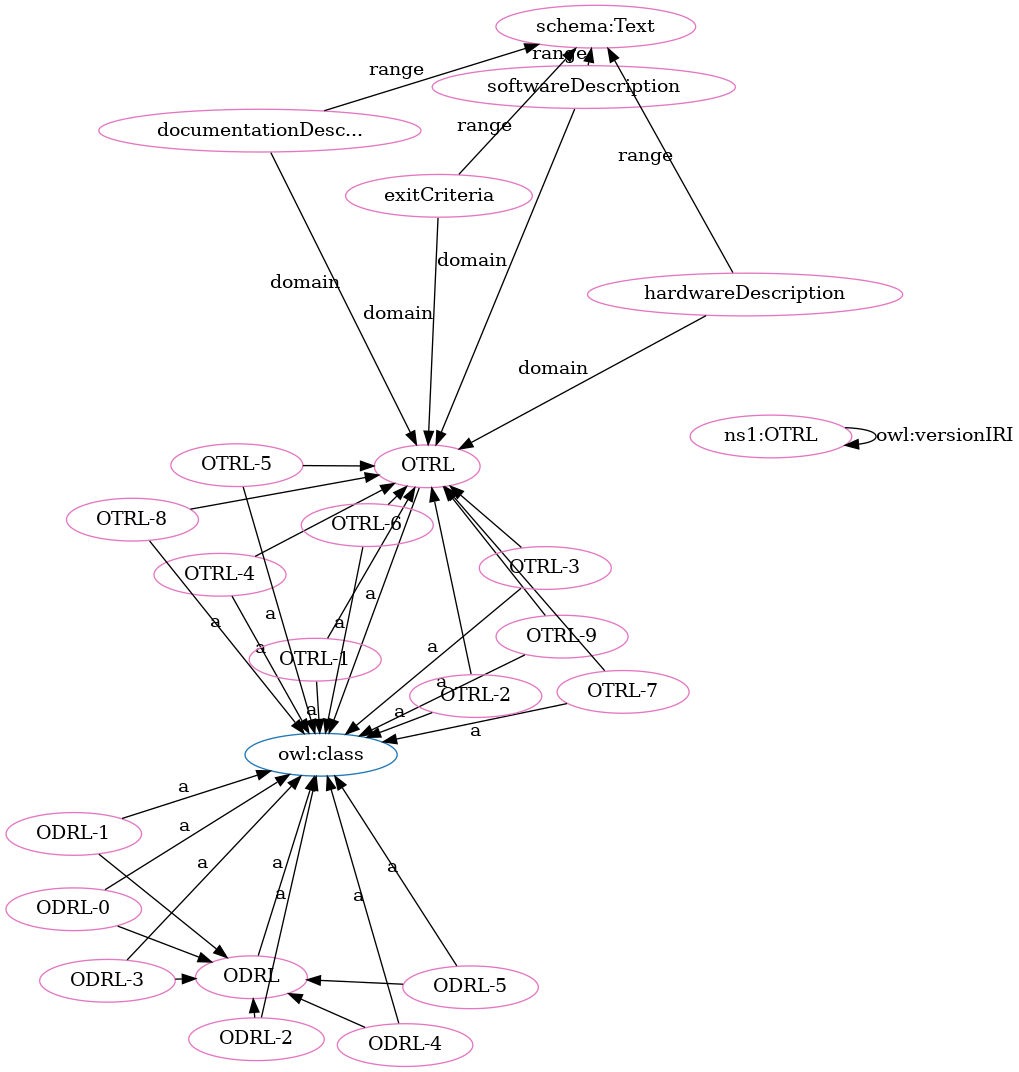
Above: OTRL-clean.png in OPEN-NEXT/OKH-LOSH (Graphviz), before the change. Its source is kept beside it as OTRL-clean.dot.
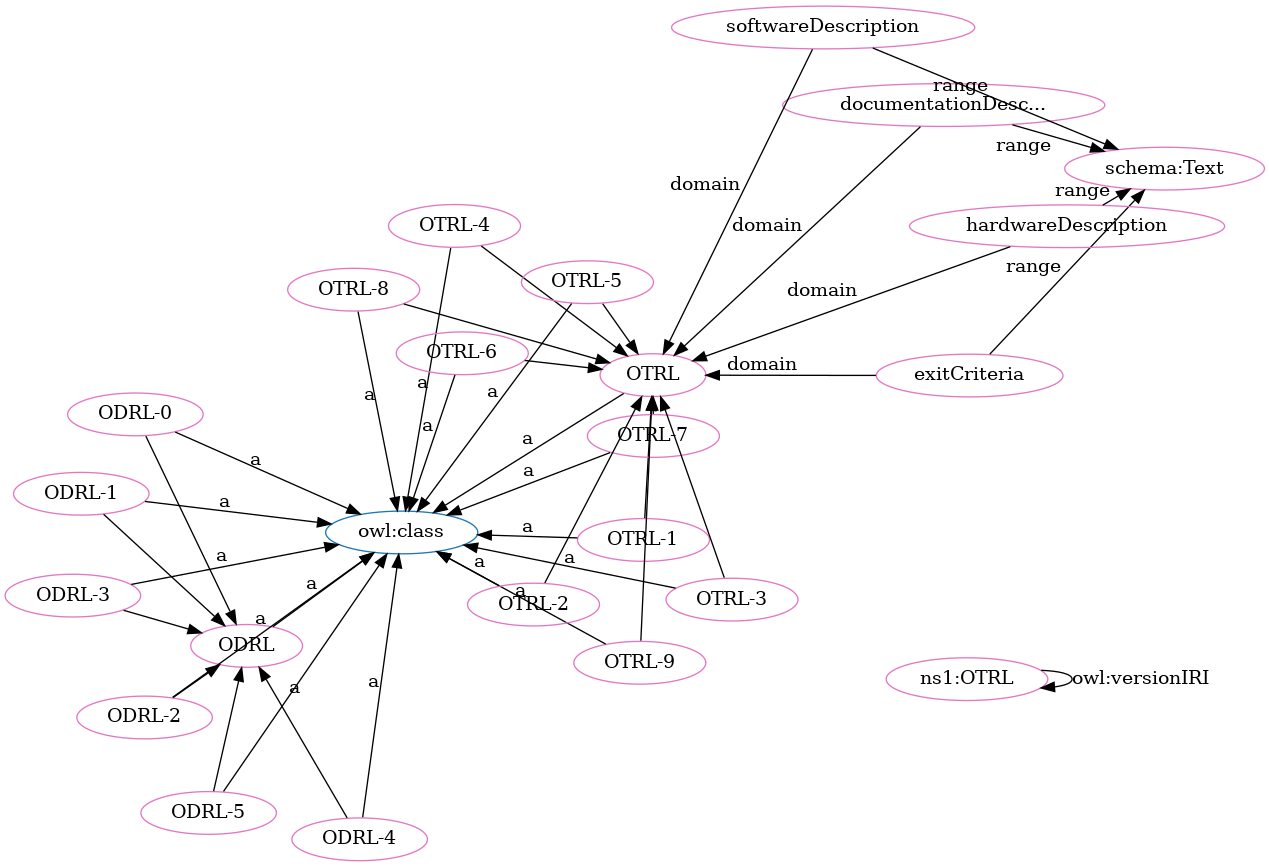
Above is the later version.

The edit, as a diff of the source:
```diff
@@ -5,67 +5,67 @@
 "http://purl.org/oseg/ontologies/OTRL#OTRL" [fillcolor="#1f77b4" color="#1f77b4" label="OTRL"]
 "http://purl.org/oseg/ontologies/OTRL#ODRL" [fillcolor="#1f77b4" color="#1f77b4" label="ODRL"]
 "http://purl.org/oseg/ontologies/OTRL#ODRL" [fillcolor="#e377c2" color="#e377c2" label="ODRL"]
+"http://purl.org/oseg/ontologies/OTRL#ODRL-3" [fillcolor="#e377c2" color="#e377c2" label="ODRL-3"]
 "http://purl.org/oseg/ontologies/OTRL#OTRL" [fillcolor="#e377c2" color="#e377c2" label="OTRL"]
-"http://purl.org/oseg/ontologies/OTRL#softwareDescription" [fillcolor="#e377c2" color="#e377c2" label="softwareDescription"]
+"http://purl.org/oseg/ontologies/OTRL#ODRL-1" [fillcolor="#e377c2" color="#e377c2" label="ODRL-1"]
+"http://schema.org/Text" [fillcolor="#e377c2" color="#e377c2" label="schema:Text"]
+"http://purl.org/oseg/ontologies/OTRL" [fillcolor="#e377c2" color="#e377c2" label="ns1:OTRL"]
+"http://purl.org/oseg/ontologies/OTRL#ODRL-2" [fillcolor="#e377c2" color="#e377c2" label="ODRL-2"]
+"http://purl.org/oseg/ontologies/OTRL#ODRL-5" [fillcolor="#e377c2" color="#e377c2" label="ODRL-5"]
+"http://purl.org/oseg/ontologies/OTRL#exitCriteria" [fillcolor="#e377c2" color="#e377c2" label="exitCriteria"]
+"http://purl.org/oseg/ontologies/OTRL#OTRL-1" [fillcolor="#e377c2" color="#e377c2" label="OTRL-1"]
+"http://purl.org/oseg/ontologies/OTRL#OTRL-7" [fillcolor="#e377c2" color="#e377c2" label="OTRL-7"]
+"http://purl.org/oseg/ontologies/OTRL#ODRL-0" [fillcolor="#e377c2" color="#e377c2" label="ODRL-0"]
 "http://purl.org/oseg/ontologies/OTRL#hardwareDescription" [fillcolor="#e377c2" color="#e377c2" label="hardwareDescription"]
+"http://purl.org/oseg/ontologies/OTRL#OTRL-3" [fillcolor="#e377c2" color="#e377c2" label="OTRL-3"]
 "http://purl.org/oseg/ontologies/OTRL#OTRL-4" [fillcolor="#e377c2" color="#e377c2" label="OTRL-4"]
-"http://schema.org/Text" [fillcolor="#e377c2" color="#e377c2" label="schema:Text"]
+"http://purl.org/oseg/ontologies/OTRL#ODRL-4" [fillcolor="#e377c2" color="#e377c2" label="ODRL-4"]
 "http://purl.org/oseg/ontologies/OTRL#OTRL-9" [fillcolor="#e377c2" color="#e377c2" label="OTRL-9"]
-"http://purl.org/oseg/ontologies/OTRL#ODRL-5" [fillcolor="#e377c2" color="#e377c2" label="ODRL-5"]
-"http://purl.org/oseg/ontologies/OTRL#ODRL-2" [fillcolor="#e377c2" color="#e377c2" label="ODRL-2"]
-"http://purl.org/oseg/ontologies/OTRL#OTRL-7" [fillcolor="#e377c2" color="#e377c2" label="OTRL-7"]
-"http://purl.org/oseg/ontologies/OTRL#exitCriteria" [fillcolor="#e377c2" color="#e377c2" label="exitCriteria"]
-"http://purl.org/oseg/ontologies/OTRL#ODRL-1" [fillcolor="#e377c2" color="#e377c2" label="ODRL-1"]
-"http://purl.org/oseg/ontologies/OTRL#ODRL-4" [fillcolor="#e377c2" color="#e377c2" label="ODRL-4"]
-"http://purl.org/oseg/ontologies/OTRL#OTRL-1" [fillcolor="#e377c2" color="#e377c2" label="OTRL-1"]
-"http://purl.org/oseg/ontologies/OTRL#OTRL-5" [fillcolor="#e377c2" color="#e377c2" label="OTRL-5"]
-"http://purl.org/oseg/ontologies/OTRL#OTRL-6" [fillcolor="#e377c2" color="#e377c2" label="OTRL-6"]
-"http://purl.org/oseg/ontologies/OTRL#ODRL-0" [fillcolor="#e377c2" color="#e377c2" label="ODRL-0"]
-"http://purl.org/oseg/ontologies/OTRL" [fillcolor="#e377c2" color="#e377c2" label="ns1:OTRL"]
 "http://purl.org/oseg/ontologies/OTRL#OTRL-8" [fillcolor="#e377c2" color="#e377c2" label="OTRL-8"]
 "http://purl.org/oseg/ontologies/OTRL#documentationDescription" [fillcolor="#e377c2" color="#e377c2" label="documentationDesc..."]
+"http://purl.org/oseg/ontologies/OTRL#softwareDescription" [fillcolor="#e377c2" color="#e377c2" label="softwareDescription"]
 "http://purl.org/oseg/ontologies/OTRL#OTRL-2" [fillcolor="#e377c2" color="#e377c2" label="OTRL-2"]
-"http://purl.org/oseg/ontologies/OTRL#ODRL-3" [fillcolor="#e377c2" color="#e377c2" label="ODRL-3"]
-"http://purl.org/oseg/ontologies/OTRL#OTRL-3" [fillcolor="#e377c2" color="#e377c2" label="OTRL-3"]
+"http://purl.org/oseg/ontologies/OTRL#OTRL-6" [fillcolor="#e377c2" color="#e377c2" label="OTRL-6"]
+"http://purl.org/oseg/ontologies/OTRL#OTRL-5" [fillcolor="#e377c2" color="#e377c2" label="OTRL-5"]
+  "http://purl.org/oseg/ontologies/OTRL#ODRL-3" -> "http://www.w3.org/2002/07/owl#class" [label="a"]
+  "http://purl.org/oseg/ontologies/OTRL#exitCriteria" -> "http://purl.org/oseg/ontologies/OTRL#OTRL" [label="domain"]
+  "http://purl.org/oseg/ontologies/OTRL#ODRL-1" -> "http://www.w3.org/2002/07/owl#class" [label="a"]
+  "http://purl.org/oseg/ontologies/OTRL#softwareDescription" -> "http://schema.org/Text" [label="range"]
+  "http://purl.org/oseg/ontologies/OTRL#OTRL-8" -> "http://purl.org/oseg/ontologies/OTRL#OTRL" [label=""]
   "http://purl.org/oseg/ontologies/OTRL#OTRL-1" -> "http://purl.org/oseg/ontologies/OTRL#OTRL" [label=""]
-  "http://purl.org/oseg/ontologies/OTRL#OTRL-9" -> "http://www.w3.org/2002/07/owl#class" [label="a"]
-  "http://purl.org/oseg/ontologies/OTRL#hardwareDescription" -> "http://schema.org/Text" [label="range"]
+  "http://purl.org/oseg/ontologies/OTRL#OTRL" -> "http://www.w3.org/2002/07/owl#class" [label="a"]
+  "http://purl.org/oseg/ontologies/OTRL#documentationDescription" -> "http://schema.org/Text" [label="range"]
+  "http://purl.org/oseg/ontologies/OTRL#ODRL-2" -> "http://www.w3.org/2002/07/owl#class" [label="a"]
+  "http://purl.org/oseg/ontologies/OTRL#OTRL-2" -> "http://purl.org/oseg/ontologies/OTRL#OTRL" [label=""]
   "http://purl.org/oseg/ontologies/OTRL#ODRL-5" -> "http://www.w3.org/2002/07/owl#class" [label="a"]
+  "http://purl.org/oseg/ontologies/OTRL#OTRL-6" -> "http://purl.org/oseg/ontologies/OTRL#OTRL" [label=""]
+  "http://purl.org/oseg/ontologies/OTRL#ODRL-0" -> "http://www.w3.org/2002/07/owl#class" [label="a"]
+  "http://purl.org/oseg/ontologies/OTRL#OTRL-3" -> "http://www.w3.org/2002/07/owl#class" [label="a"]
+  "http://purl.org/oseg/ontologies/OTRL#OTRL-4" -> "http://www.w3.org/2002/07/owl#class" [label="a"]
+  "http://purl.org/oseg/ontologies/OTRL#OTRL-7" -> "http://purl.org/oseg/ontologies/OTRL#OTRL" [label=""]
+  "http://purl.org/oseg/ontologies/OTRL#documentationDescription" -> "http://purl.org/oseg/ontologies/OTRL#OTRL" [label="domain"]
+  "http://purl.org/oseg/ontologies/OTRL#OTRL-8" -> "http://www.w3.org/2002/07/owl#class" [label="a"]
+  "http://purl.org/oseg/ontologies/OTRL#OTRL-5" -> "http://purl.org/oseg/ontologies/OTRL#OTRL" [label=""]
+  "http://purl.org/oseg/ontologies/OTRL#exitCriteria" -> "http://schema.org/Text" [label="range"]
+  "http://purl.org/oseg/ontologies/OTRL#OTRL-2" -> "http://www.w3.org/2002/07/owl#class" [label="a"]
+  "http://purl.org/oseg/ontologies/OTRL#OTRL-6" -> "http://www.w3.org/2002/07/owl#class" [label="a"]
+  "http://purl.org/oseg/ontologies/OTRL#OTRL-5" -> "http://www.w3.org/2002/07/owl#class" [label="a"]
+  "http://purl.org/oseg/ontologies/OTRL#ODRL-1" -> "http://purl.org/oseg/ontologies/OTRL#ODRL" [label=""]
+  "http://purl.org/oseg/ontologies/OTRL#hardwareDescription" -> "http://purl.org/oseg/ontologies/OTRL#OTRL" [label="domain"]
   "http://purl.org/oseg/ontologies/OTRL#ODRL-3" -> "http://purl.org/oseg/ontologies/OTRL#ODRL" [label=""]
-  "http://purl.org/oseg/ontologies/OTRL#ODRL-2" -> "http://www.w3.org/2002/07/owl#class" [label="a"]
-  "http://purl.org/oseg/ontologies/OTRL#documentationDescription" -> "http://schema.org/Text" [label="range"]
-  "http://purl.org/oseg/ontologies/OTRL#OTRL-3" -> "http://purl.org/oseg/ontologies/OTRL#OTRL" [label=""]
-  "http://purl.org/oseg/ontologies/OTRL#ODRL-1" -> "http://www.w3.org/2002/07/owl#class" [label="a"]
-  "http://purl.org/oseg/ontologies/OTRL#ODRL-4" -> "http://www.w3.org/2002/07/owl#class" [label="a"]
-  "http://purl.org/oseg/ontologies/OTRL#hardwareDescription" -> "http://purl.org/oseg/ontologies/OTRL#OTRL" [label="domain"]
+  "http://purl.org/oseg/ontologies/OTRL" -> "http://purl.org/oseg/ontologies/OTRL" [label="owl:versionIRI"]
+  "http://purl.org/oseg/ontologies/OTRL#softwareDescription" -> "http://purl.org/oseg/ontologies/OTRL#OTRL" [label="domain"]
+  "http://purl.org/oseg/ontologies/OTRL#ODRL-0" -> "http://purl.org/oseg/ontologies/OTRL#ODRL" [label=""]
+  "http://purl.org/oseg/ontologies/OTRL#OTRL-4" -> "http://purl.org/oseg/ontologies/OTRL#OTRL" [label=""]
   "http://purl.org/oseg/ontologies/OTRL#OTRL-1" -> "http://www.w3.org/2002/07/owl#class" [label="a"]
-  "http://purl.org/oseg/ontologies/OTRL#OTRL-4" -> "http://purl.org/oseg/ontologies/OTRL#OTRL" [label=""]
-  "http://purl.org/oseg/ontologies/OTRL#OTRL-7" -> "http://purl.org/oseg/ontologies/OTRL#OTRL" [label=""]
-  "http://purl.org/oseg/ontologies/OTRL#OTRL-2" -> "http://www.w3.org/2002/07/owl#class" [label="a"]
-  "http://purl.org/oseg/ontologies/OTRL#exitCriteria" -> "http://schema.org/Text" [label="range"]
-  "http://purl.org/oseg/ontologies/OTRL#ODRL-3" -> "http://www.w3.org/2002/07/owl#class" [label="a"]
-  "http://purl.org/oseg/ontologies/OTRL#OTRL-2" -> "http://purl.org/oseg/ontologies/OTRL#OTRL" [label=""]
-  "http://purl.org/oseg/ontologies/OTRL#OTRL-3" -> "http://www.w3.org/2002/07/owl#class" [label="a"]
-  "http://purl.org/oseg/ontologies/OTRL#ODRL-0" -> "http://purl.org/oseg/ontologies/OTRL#ODRL" [label=""]
-  "http://purl.org/oseg/ontologies/OTRL#OTRL-4" -> "http://www.w3.org/2002/07/owl#class" [label="a"]
-  "http://purl.org/oseg/ontologies/OTRL#softwareDescription" -> "http://schema.org/Text" [label="range"]
-  "http://purl.org/oseg/ontologies/OTRL#OTRL-5" -> "http://purl.org/oseg/ontologies/OTRL#OTRL" [label=""]
-  "http://purl.org/oseg/ontologies/OTRL#OTRL-6" -> "http://purl.org/oseg/ontologies/OTRL#OTRL" [label=""]
-  "http://purl.org/oseg/ontologies/OTRL#exitCriteria" -> "http://purl.org/oseg/ontologies/OTRL#OTRL" [label="domain"]
-  "http://purl.org/oseg/ontologies/OTRL#OTRL-8" -> "http://purl.org/oseg/ontologies/OTRL#OTRL" [label=""]
   "http://purl.org/oseg/ontologies/OTRL#OTRL-7" -> "http://www.w3.org/2002/07/owl#class" [label="a"]
   "http://purl.org/oseg/ontologies/OTRL#ODRL-4" -> "http://purl.org/oseg/ontologies/OTRL#ODRL" [label=""]
-  "http://purl.org/oseg/ontologies/OTRL#softwareDescription" -> "http://purl.org/oseg/ontologies/OTRL#OTRL" [label="domain"]
+  "http://purl.org/oseg/ontologies/OTRL#ODRL-4" -> "http://www.w3.org/2002/07/owl#class" [label="a"]
+  "http://purl.org/oseg/ontologies/OTRL#OTRL-9" -> "http://www.w3.org/2002/07/owl#class" [label="a"]
+  "http://purl.org/oseg/ontologies/OTRL#ODRL-2" -> "http://purl.org/oseg/ontologies/OTRL#ODRL" [label=""]
+  "http://purl.org/oseg/ontologies/OTRL#OTRL-3" -> "http://purl.org/oseg/ontologies/OTRL#OTRL" [label=""]
   "http://purl.org/oseg/ontologies/OTRL#ODRL-5" -> "http://purl.org/oseg/ontologies/OTRL#ODRL" [label=""]
-  "http://purl.org/oseg/ontologies/OTRL#OTRL-5" -> "http://www.w3.org/2002/07/owl#class" [label="a"]
-  "http://purl.org/oseg/ontologies/OTRL#ODRL-2" -> "http://purl.org/oseg/ontologies/OTRL#ODRL" [label=""]
-  "http://purl.org/oseg/ontologies/OTRL#OTRL-6" -> "http://www.w3.org/2002/07/owl#class" [label="a"]
+  "http://purl.org/oseg/ontologies/OTRL#ODRL" -> "http://www.w3.org/2002/07/owl#class" [label="a"]
   "http://purl.org/oseg/ontologies/OTRL#OTRL-9" -> "http://purl.org/oseg/ontologies/OTRL#OTRL" [label=""]
-  "http://purl.org/oseg/ontologies/OTRL#ODRL-0" -> "http://www.w3.org/2002/07/owl#class" [label="a"]
-  "http://purl.org/oseg/ontologies/OTRL" -> "http://purl.org/oseg/ontologies/OTRL" [label="owl:versionIRI"]
-  "http://purl.org/oseg/ontologies/OTRL#OTRL-8" -> "http://www.w3.org/2002/07/owl#class" [label="a"]
-  "http://purl.org/oseg/ontologies/OTRL#documentationDescription" -> "http://purl.org/oseg/ontologies/OTRL#OTRL" [label="domain"]
-  "http://purl.org/oseg/ontologies/OTRL#ODRL-1" -> "http://purl.org/oseg/ontologies/OTRL#ODRL" [label=""]
-  "http://purl.org/oseg/ontologies/OTRL#OTRL" -> "http://www.w3.org/2002/07/owl#class" [label="a"]
-  "http://purl.org/oseg/ontologies/OTRL#ODRL" -> "http://www.w3.org/2002/07/owl#class" [label="a"]
+  "http://purl.org/oseg/ontologies/OTRL#hardwareDescription" -> "http://schema.org/Text" [label="range"]
 }
```
